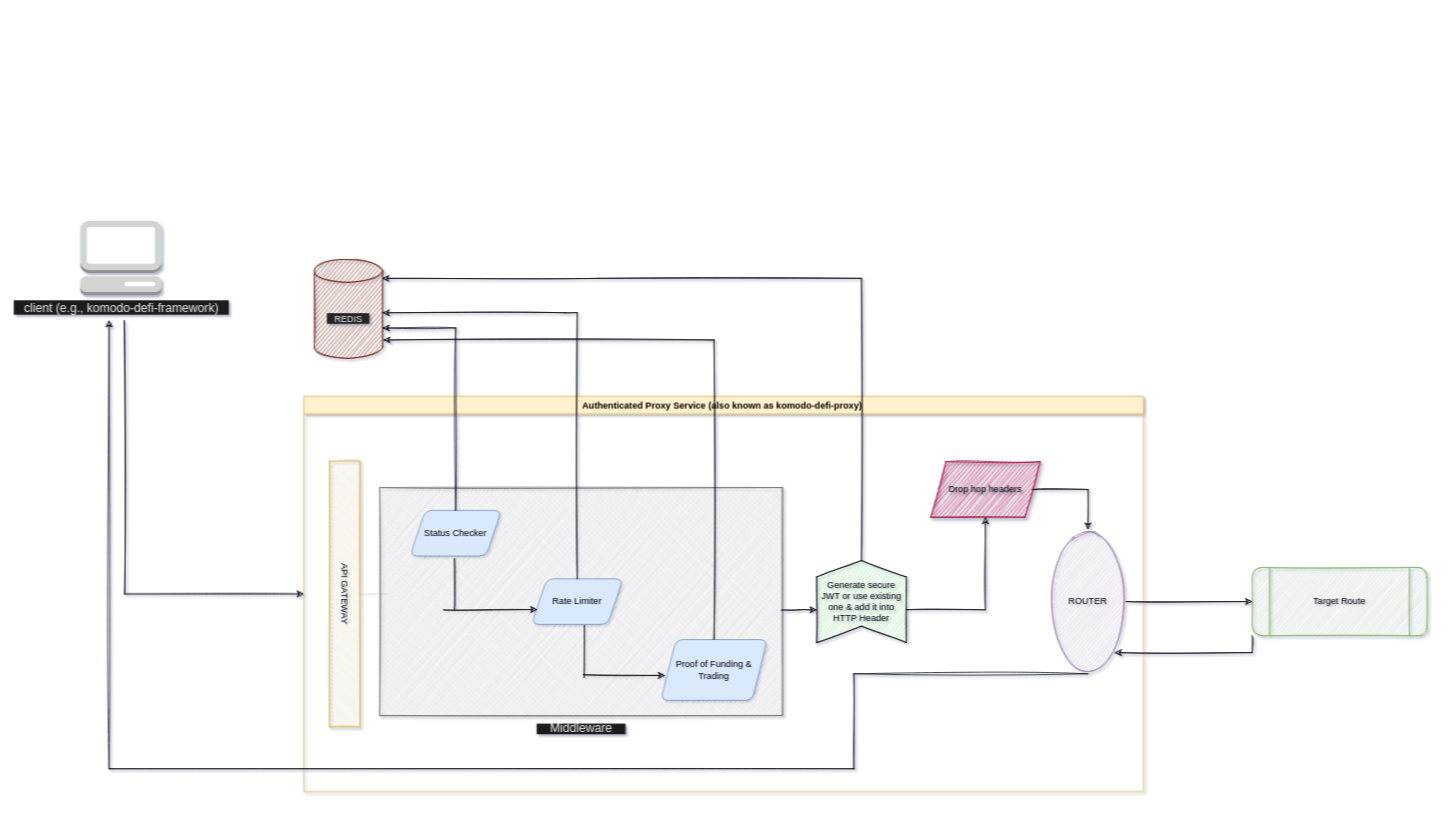
The draw.io diagram docs/arch.drawio in KomodoPlatform/komodo-defi-proxy, before the edit. Source tidied: cells renumbered, new cells numbered last; positions are measured from the earlier drawing's top-left corner, leaving out a move shared by most shapes. Both pictures are drawn from the tidied source at 76%, with x=0, y=0 at pixel (80, 220).
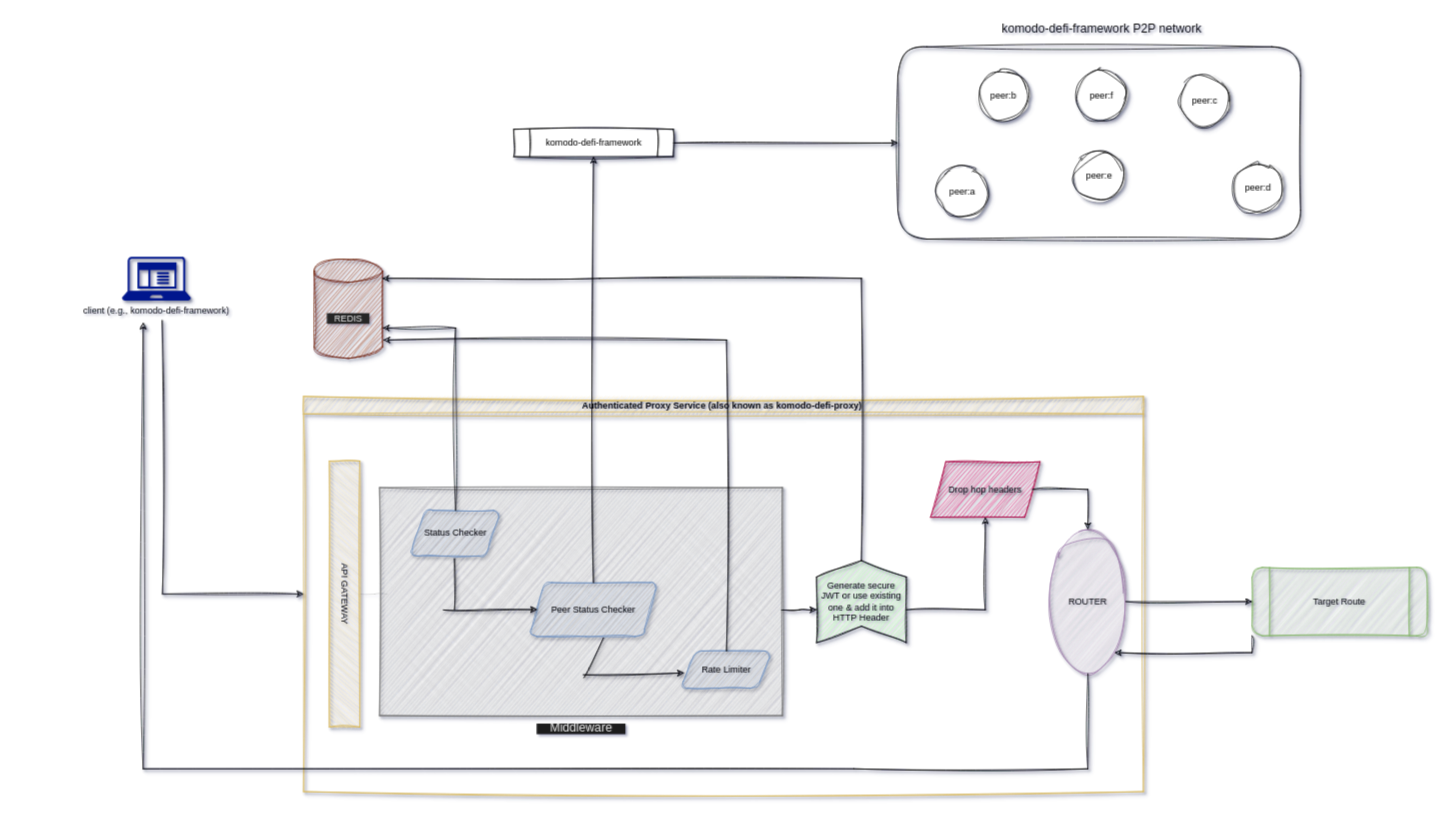
The same page after the edit.

Diff of the diagram source:
```diff
@@
-    <mxCell id="2" style="edgeStyle=orthogonalEdgeStyle;rounded=0;jettySize=auto;html=1;exitX=0;exitY=0.5;exitDx=0;exitDy=0;strokeWidth=1;startArrow=classic;startFill=1;endArrow=none;endFill=0;sketch=1;" parent="1" edge="1" source="3">
+    <mxCell id="2" style="edgeStyle=orthogonalEdgeStyle;rounded=0;jettySize=auto;html=1;exitX=0;exitY=0.5;exitDx=0;exitDy=0;strokeWidth=1;startArrow=classic;startFill=1;endArrow=none;endFill=0;shadow=1;sketch=1;curveFitting=1;jiggle=2;swimlaneLine=1;" parent="1" edge="1" source="3">
       <mxGeometry relative="1" as="geometry">
-        <mxPoint x="58" y="131" as="targetPoint" />
+        <mxPoint x="108" y="131" as="targetPoint" />
       </mxGeometry>
     </mxCell>
-    <mxCell id="3" value="Authenticated Proxy Service (also known as komodo-defi-proxy) " style="swimlane;rounded=0;shadow=0;sketch=0;glass=0;swimlaneLine=1;labelBackgroundColor=none;fixDash=0;portConstraintRotation=0;fillColor=#fff2cc;strokeColor=#d6b656;gradientColor=none;swimlaneFillColor=none;" parent="1" vertex="1">
+    <mxCell id="3" value="Authenticated Proxy Service (also known as komodo-defi-proxy) " style="swimlane;rounded=0;shadow=1;glass=0;swimlaneLine=1;labelBackgroundColor=none;fixDash=0;portConstraintRotation=0;fillColor=#fff2cc;strokeColor=#d6b656;gradientColor=none;swimlaneFillColor=none;sketch=1;curveFitting=1;jiggle=2;" parent="1" vertex="1">
       <mxGeometry x="294" y="231" width="1105" height="520" as="geometry" />
     </mxCell>
-    <mxCell id="4" style="edgeStyle=orthogonalEdgeStyle;rounded=0;jettySize=auto;html=1;startArrow=none;startFill=0;endArrow=none;endFill=0;strokeWidth=0;sketch=1;entryX=0.019;entryY=0.467;entryDx=0;entryDy=0;entryPerimeter=0;" parent="3" edge="1" source="5" target="6">
+    <mxCell id="4" style="edgeStyle=orthogonalEdgeStyle;rounded=0;jettySize=auto;html=1;startArrow=none;startFill=0;endArrow=none;endFill=0;strokeWidth=0;entryX=0.019;entryY=0.467;entryDx=0;entryDy=0;entryPerimeter=0;shadow=1;sketch=1;curveFitting=1;jiggle=2;swimlaneLine=1;" parent="3" edge="1" source="5" target="6">
       <mxGeometry relative="1" as="geometry" />
     </mxCell>
-    <mxCell id="5" value="API GATEWAY" style="rounded=0;whiteSpace=wrap;html=1;shadow=0;glass=0;sketch=1;strokeWidth=1;rotation=90;fillColor=#fff2cc;strokeColor=#d6b656;" parent="3" vertex="1">
+    <mxCell id="5" value="API GATEWAY" style="rounded=0;whiteSpace=wrap;html=1;shadow=1;glass=0;strokeWidth=1;rotation=90;fillColor=#fff2cc;strokeColor=#d6b656;sketch=1;curveFitting=1;jiggle=2;swimlaneLine=1;" parent="3" vertex="1">
       <mxGeometry x="-121" y="240" width="350" height="40" as="geometry" />
     </mxCell>
-    <mxCell id="6" value="&lt;span style=&quot;background-color: rgb(31, 31, 31);&quot;&gt;&lt;font style=&quot;font-size: 16px;&quot; color=&quot;#f2f2f2&quot;&gt;&amp;nbsp; &amp;nbsp; Middleware&amp;nbsp; &amp;nbsp;&amp;nbsp;&lt;/font&gt;&lt;/span&gt;" style="verticalLabelPosition=bottom;verticalAlign=top;html=1;shape=mxgraph.basic.patternFillRect;fillStyle=diagGrid;step=5;fillStrokeWidth=0.2;fillStrokeColor=#dddddd;rounded=1;shadow=0;glass=0;sketch=1;strokeWidth=1;fillColor=#f5f5f5;fontColor=#333333;strokeColor=#666666;" parent="3" vertex="1">
+    <mxCell id="6" value="&lt;span style=&quot;background-color: rgb(31, 31, 31);&quot;&gt;&lt;font style=&quot;font-size: 16px;&quot; color=&quot;#f2f2f2&quot;&gt;&amp;nbsp; &amp;nbsp; Middleware&amp;nbsp; &amp;nbsp;&amp;nbsp;&lt;/font&gt;&lt;/span&gt;" style="verticalLabelPosition=bottom;verticalAlign=top;html=1;shape=mxgraph.basic.patternFillRect;fillStyle=diagGrid;step=5;fillStrokeWidth=0.2;fillStrokeColor=#dddddd;rounded=1;shadow=1;glass=0;strokeWidth=1;fillColor=#f5f5f5;fontColor=#333333;strokeColor=#666666;sketch=1;curveFitting=1;jiggle=2;swimlaneLine=1;" parent="3" vertex="1">
       <mxGeometry x="100" y="120" width="530" height="300" as="geometry" />
     </mxCell>
-    <mxCell id="7" value="Status Checker" style="shape=parallelogram;perimeter=parallelogramPerimeter;whiteSpace=wrap;html=1;fixedSize=1;rounded=1;shadow=0;glass=0;sketch=0;strokeWidth=1;fillColor=#dae8fc;strokeColor=#6c8ebf;" parent="3" vertex="1">
+    <mxCell id="7" value="Status Checker" style="shape=parallelogram;perimeter=parallelogramPerimeter;whiteSpace=wrap;html=1;fixedSize=1;rounded=1;shadow=1;glass=0;strokeWidth=1;fillColor=#dae8fc;strokeColor=#6c8ebf;sketch=1;curveFitting=1;jiggle=2;swimlaneLine=1;" parent="3" vertex="1">
       <mxGeometry x="140" y="150" width="120" height="60" as="geometry" />
     </mxCell>
-    <mxCell id="8" value="Rate Limiter" style="shape=parallelogram;perimeter=parallelogramPerimeter;whiteSpace=wrap;html=1;fixedSize=1;rounded=1;shadow=0;glass=0;sketch=0;strokeWidth=1;fillColor=#dae8fc;strokeColor=#6c8ebf;" parent="3" vertex="1">
-      <mxGeometry x="300" y="240" width="120" height="60" as="geometry" />
+    <mxCell id="8" value="Peer Status Checker" style="shape=parallelogram;perimeter=parallelogramPerimeter;whiteSpace=wrap;html=1;fixedSize=1;rounded=1;shadow=1;glass=0;strokeWidth=1;fillColor=#dae8fc;strokeColor=#6c8ebf;sketch=1;curveFitting=1;jiggle=2;swimlaneLine=1;" parent="3" vertex="1">
+      <mxGeometry x="297" y="245" width="169" height="71" as="geometry" />
     </mxCell>
-    <mxCell id="9" value="Proof of Funding &amp;amp; Trading" style="shape=parallelogram;perimeter=parallelogramPerimeter;whiteSpace=wrap;html=1;fixedSize=1;rounded=1;shadow=0;glass=0;sketch=0;strokeWidth=1;fillColor=#dae8fc;strokeColor=#6c8ebf;" parent="3" vertex="1">
-      <mxGeometry x="470" y="320" width="140" height="80" as="geometry" />
+    <mxCell id="9" value="Rate Limiter" style="shape=parallelogram;perimeter=parallelogramPerimeter;whiteSpace=wrap;html=1;fixedSize=1;rounded=1;shadow=1;glass=0;strokeWidth=1;fillColor=#dae8fc;strokeColor=#6c8ebf;sketch=1;curveFitting=1;jiggle=2;swimlaneLine=1;" parent="3" vertex="1">
+      <mxGeometry x="496" y="335" width="121" height="49" as="geometry" />
     </mxCell>
-    <mxCell id="10" style="endArrow=none;html=1;rounded=0;entryX=0.186;entryY=0.312;entryDx=0;entryDy=0;entryPerimeter=0;exitX=0.186;exitY=0.535;exitDx=0;exitDy=0;exitPerimeter=0;sketch=1;" parent="3" edge="1" source="6" target="6">
+    <mxCell id="10" style="endArrow=none;html=1;rounded=0;entryX=0.186;entryY=0.312;entryDx=0;entryDy=0;entryPerimeter=0;exitX=0.186;exitY=0.535;exitDx=0;exitDy=0;exitPerimeter=0;shadow=1;sketch=1;curveFitting=1;jiggle=2;swimlaneLine=1;" parent="3" edge="1" source="6" target="6">
       <mxGeometry relative="1" as="geometry" />
     </mxCell>
-    <mxCell id="11" style="endArrow=none;html=1;rounded=0;strokeWidth=1;entryX=0.578;entryY=1.025;entryDx=0;entryDy=0;entryPerimeter=0;sketch=1;" parent="3" edge="1" target="8">
+    <mxCell id="11" style="endArrow=none;html=1;rounded=0;strokeWidth=1;entryX=0.578;entryY=1.025;entryDx=0;entryDy=0;entryPerimeter=0;shadow=1;sketch=1;curveFitting=1;jiggle=2;swimlaneLine=1;" parent="3" edge="1" target="8">
       <mxGeometry relative="1" as="geometry">
         <mxPoint x="369" y="370" as="sourcePoint" />
       </mxGeometry>
     </mxCell>
-    <mxCell id="12" style="endArrow=classic;html=1;rounded=0;strokeWidth=1;exitX=0.506;exitY=0.821;exitDx=0;exitDy=0;exitPerimeter=0;sketch=1;entryX=0.038;entryY=0.59;entryDx=0;entryDy=0;entryPerimeter=0;" parent="3" edge="1" source="6" target="9">
+    <mxCell id="12" style="endArrow=classic;html=1;rounded=0;strokeWidth=1;exitX=0.506;exitY=0.821;exitDx=0;exitDy=0;exitPerimeter=0;entryX=0.038;entryY=0.59;entryDx=0;entryDy=0;entryPerimeter=0;shadow=1;sketch=1;curveFitting=1;jiggle=2;swimlaneLine=1;" parent="3" edge="1" source="6" target="9">
       <mxGeometry relative="1" as="geometry" />
     </mxCell>
-    <mxCell id="13" value="ROUTER" style="ellipse;whiteSpace=wrap;html=1;rounded=1;shadow=0;glass=0;sketch=1;strokeWidth=1;fillColor=#e1d5e7;strokeColor=#9673a6;" parent="3" vertex="1">
+    <mxCell id="13" value="ROUTER" style="ellipse;whiteSpace=wrap;html=1;rounded=1;shadow=1;glass=0;strokeWidth=1;fillColor=#e1d5e7;strokeColor=#9673a6;sketch=1;curveFitting=1;jiggle=2;swimlaneLine=1;" parent="3" vertex="1">
       <mxGeometry x="982" y="175" width="100" height="190" as="geometry" />
     </mxCell>
-    <mxCell id="14" style="edgeStyle=orthogonalEdgeStyle;rounded=0;jettySize=auto;html=1;exitX=1;exitY=0.6;exitDx=0;exitDy=0;exitPerimeter=0;entryX=0.5;entryY=1;entryDx=0;entryDy=0;sketch=1;" parent="3" edge="1" source="16" target="17">
+    <mxCell id="14" style="edgeStyle=orthogonalEdgeStyle;rounded=0;jettySize=auto;html=1;exitX=1;exitY=0.6;exitDx=0;exitDy=0;exitPerimeter=0;entryX=0.5;entryY=1;entryDx=0;entryDy=0;shadow=1;sketch=1;curveFitting=1;jiggle=2;swimlaneLine=1;" parent="3" edge="1" source="16" target="17">
       <mxGeometry relative="1" as="geometry" />
     </mxCell>
-    <mxCell id="15" style="edgeStyle=orthogonalEdgeStyle;rounded=0;jettySize=auto;html=1;exitX=0;exitY=0.6;exitDx=0;exitDy=0;exitPerimeter=0;entryX=0.998;entryY=0.537;entryDx=0;entryDy=0;entryPerimeter=0;endArrow=none;endFill=0;startArrow=classic;startFill=1;sketch=1;" parent="3" edge="1" source="16" target="6">
+    <mxCell id="15" style="edgeStyle=orthogonalEdgeStyle;rounded=0;jettySize=auto;html=1;exitX=0;exitY=0.6;exitDx=0;exitDy=0;exitPerimeter=0;entryX=0.998;entryY=0.537;entryDx=0;entryDy=0;entryPerimeter=0;endArrow=none;endFill=0;startArrow=classic;startFill=1;shadow=1;sketch=1;curveFitting=1;jiggle=2;swimlaneLine=1;" parent="3" edge="1" source="16" target="6">
       <mxGeometry relative="1" as="geometry" />
     </mxCell>
-    <mxCell id="16" value="&lt;span style=&quot;&quot;&gt;Generate secure JWT or use existing one &amp;amp; add it into HTTP Header&lt;/span&gt;" style="html=1;outlineConnect=0;whiteSpace=wrap;fillColor=#AFFFAF;shape=mxgraph.archimate3.function;sketch=1;" parent="3" vertex="1">
+    <mxCell id="16" value="&lt;span style=&quot;&quot;&gt;Generate secure JWT or use existing one &amp;amp; add it into HTTP Header&lt;/span&gt;" style="html=1;outlineConnect=0;whiteSpace=wrap;fillColor=#AFFFAF;shape=mxgraph.archimate3.function;shadow=1;sketch=1;curveFitting=1;jiggle=2;swimlaneLine=1;" parent="3" vertex="1">
       <mxGeometry x="675" y="216" width="118" height="108" as="geometry" />
     </mxCell>
-    <mxCell id="17" value="Drop hop headers" style="shape=parallelogram;perimeter=parallelogramPerimeter;whiteSpace=wrap;html=1;fixedSize=1;rounded=0;shadow=1;glass=0;sketch=1;strokeWidth=1;fillColor=#d80073;strokeColor=#A50040;curveFitting=1;jiggle=2;textShadow=1;fontStyle=0;fontColor=#000000;" parent="3" vertex="1">
+    <mxCell id="17" value="Drop hop headers" style="shape=parallelogram;perimeter=parallelogramPerimeter;whiteSpace=wrap;html=1;fixedSize=1;rounded=0;shadow=1;glass=0;strokeWidth=1;fillColor=#d80073;strokeColor=#A50040;textShadow=1;fontStyle=0;fontColor=#000000;sketch=1;curveFitting=1;jiggle=2;swimlaneLine=1;" parent="3" vertex="1">
       <mxGeometry x="825" y="86" width="144" height="73" as="geometry" />
     </mxCell>
-    <mxCell id="18" style="edgeStyle=orthogonalEdgeStyle;rounded=0;jettySize=auto;html=1;exitX=1;exitY=0.5;exitDx=0;exitDy=0;entryX=0.5;entryY=0;entryDx=0;entryDy=0;sketch=1;" parent="3" edge="1" source="17" target="13">
+    <mxCell id="18" style="edgeStyle=orthogonalEdgeStyle;rounded=0;jettySize=auto;html=1;exitX=1;exitY=0.5;exitDx=0;exitDy=0;entryX=0.5;entryY=0;entryDx=0;entryDy=0;shadow=1;sketch=1;curveFitting=1;jiggle=2;swimlaneLine=1;" parent="3" edge="1" source="17" target="13">
       <mxGeometry relative="1" as="geometry" />
     </mxCell>
-    <mxCell id="19" style="endArrow=classic;html=1;rounded=0;strokeWidth=1;entryX=0.391;entryY=0.535;entryDx=0;entryDy=0;entryPerimeter=0;sketch=1;" parent="1" edge="1" target="6">
+    <mxCell id="19" style="endArrow=classic;html=1;rounded=0;strokeWidth=1;entryX=0.391;entryY=0.535;entryDx=0;entryDy=0;entryPerimeter=0;shadow=1;sketch=1;curveFitting=1;jiggle=2;swimlaneLine=1;" parent="1" edge="1" target="6">
       <mxGeometry relative="1" as="geometry">
         <mxPoint x="478" y="512" as="sourcePoint" />
       </mxGeometry>
     </mxCell>
-    <mxCell id="20" style="edgeStyle=orthogonalEdgeStyle;rounded=0;jettySize=auto;html=1;exitX=0;exitY=1;exitDx=0;exitDy=0;entryX=1;entryY=1;entryDx=0;entryDy=0;startArrow=none;startFill=0;endArrow=classic;endFill=1;strokeWidth=1;sketch=1;" parent="1" edge="1" source="21" target="13">
+    <mxCell id="20" style="edgeStyle=orthogonalEdgeStyle;rounded=0;jettySize=auto;html=1;exitX=0;exitY=1;exitDx=0;exitDy=0;entryX=1;entryY=1;entryDx=0;entryDy=0;startArrow=none;startFill=0;endArrow=classic;endFill=1;strokeWidth=1;shadow=1;sketch=1;curveFitting=1;jiggle=2;swimlaneLine=1;" parent="1" edge="1" source="21" target="13">
       <mxGeometry relative="1" as="geometry" />
     </mxCell>
-    <mxCell id="21" value="Target Route" style="shape=process;whiteSpace=wrap;html=1;backgroundOutline=1;rounded=1;shadow=0;glass=0;sketch=1;strokeWidth=1;fillColor=#d5e8d4;strokeColor=#82b366;" parent="1" vertex="1">
+    <mxCell id="21" value="Target Route" style="shape=process;whiteSpace=wrap;html=1;backgroundOutline=1;rounded=1;shadow=1;glass=0;strokeWidth=1;fillColor=#d5e8d4;strokeColor=#82b366;sketch=1;curveFitting=1;jiggle=2;swimlaneLine=1;" parent="1" vertex="1">
       <mxGeometry x="1542" y="456" width="230" height="90" as="geometry" />
     </mxCell>
-    <mxCell id="22" style="edgeStyle=orthogonalEdgeStyle;rounded=0;jettySize=auto;html=1;strokeWidth=1;sketch=1;" parent="1" edge="1" source="13" target="21">
+    <mxCell id="22" style="edgeStyle=orthogonalEdgeStyle;rounded=0;jettySize=auto;html=1;strokeWidth=1;shadow=1;sketch=1;curveFitting=1;jiggle=2;swimlaneLine=1;" parent="1" edge="1" source="13" target="21">
       <mxGeometry relative="1" as="geometry" />
     </mxCell>
-    <mxCell id="23" value="&lt;font color=&quot;#f2f2f2&quot; style=&quot;background-color: rgb(38, 38, 38);&quot;&gt;&amp;nbsp; &amp;nbsp;REDIS&amp;nbsp; &amp;nbsp;&lt;/font&gt;" style="shape=cylinder3;whiteSpace=wrap;html=1;boundedLbl=1;backgroundOutline=1;size=15;rounded=1;shadow=0;glass=0;sketch=1;strokeWidth=1;fillColor=#a0522d;strokeColor=#6D1F00;fontColor=#ffffff;labelBackgroundColor=none;" parent="1" vertex="1">
+    <mxCell id="23" value="&lt;font color=&quot;#f2f2f2&quot; style=&quot;background-color: rgb(38, 38, 38);&quot;&gt;&amp;nbsp; &amp;nbsp;REDIS&amp;nbsp; &amp;nbsp;&lt;/font&gt;" style="shape=cylinder3;whiteSpace=wrap;html=1;boundedLbl=1;backgroundOutline=1;size=15;rounded=1;shadow=1;glass=0;strokeWidth=1;fillColor=#a0522d;strokeColor=#6D1F00;fontColor=#ffffff;labelBackgroundColor=none;sketch=1;curveFitting=1;jiggle=2;swimlaneLine=1;" parent="1" vertex="1">
       <mxGeometry x="308" y="51" width="90" height="130" as="geometry" />
     </mxCell>
-    <mxCell id="24" style="edgeStyle=orthogonalEdgeStyle;rounded=0;jettySize=auto;html=1;exitX=0.5;exitY=0;exitDx=0;exitDy=0;strokeWidth=1;sketch=1;" parent="1" edge="1" source="8">
-      <mxGeometry relative="1" as="geometry">
-        <mxPoint x="398" y="121" as="targetPoint" />
-        <Array as="points">
-          <mxPoint x="638" y="121" />
-          <mxPoint x="398" y="121" />
-        </Array>
-      </mxGeometry>
-    </mxCell>
-    <mxCell id="25" style="edgeStyle=orthogonalEdgeStyle;rounded=0;jettySize=auto;html=1;exitX=0.5;exitY=0;exitDx=0;exitDy=0;entryX=1;entryY=0;entryDx=0;entryDy=90;entryPerimeter=0;strokeWidth=1;sketch=1;" parent="1" edge="1" source="7" target="23">
+    <mxCell id="25" style="edgeStyle=orthogonalEdgeStyle;rounded=0;jettySize=auto;html=1;exitX=0.5;exitY=0;exitDx=0;exitDy=0;entryX=1;entryY=0;entryDx=0;entryDy=90;entryPerimeter=0;strokeWidth=1;shadow=1;sketch=1;curveFitting=1;jiggle=2;swimlaneLine=1;" parent="1" edge="1" source="7" target="23">
       <mxGeometry relative="1" as="geometry" />
     </mxCell>
-    <mxCell id="26" style="edgeStyle=orthogonalEdgeStyle;rounded=0;jettySize=auto;html=1;exitX=0.5;exitY=0;exitDx=0;exitDy=0;entryX=1.011;entryY=0.814;entryDx=0;entryDy=0;entryPerimeter=0;strokeWidth=1;sketch=1;" parent="1" edge="1" source="9" target="23">
+    <mxCell id="26" style="edgeStyle=orthogonalEdgeStyle;rounded=0;jettySize=auto;html=1;exitX=0.5;exitY=0;exitDx=0;exitDy=0;entryX=1.011;entryY=0.814;entryDx=0;entryDy=0;entryPerimeter=0;strokeWidth=1;shadow=1;sketch=1;curveFitting=1;jiggle=2;swimlaneLine=1;" parent="1" edge="1" source="9" target="23">
       <mxGeometry relative="1" as="geometry" />
     </mxCell>
-    <mxCell id="27" style="edgeStyle=orthogonalEdgeStyle;rounded=0;jettySize=auto;html=1;exitX=0.5;exitY=1;exitDx=0;exitDy=0;strokeWidth=1;sketch=1;" parent="1" edge="1" source="13">
+    <mxCell id="27" style="edgeStyle=orthogonalEdgeStyle;rounded=0;jettySize=auto;html=1;exitX=0.5;exitY=1;exitDx=0;exitDy=0;strokeWidth=1;shadow=1;sketch=1;curveFitting=1;jiggle=2;swimlaneLine=1;" parent="1" edge="1" source="13">
       <mxGeometry relative="1" as="geometry">
-        <mxPoint x="38" y="131" as="targetPoint" />
+        <mxPoint x="83" y="134" as="targetPoint" />
         <Array as="points">
           <mxPoint x="1018" y="721" />
           <mxPoint x="38" y="721" />
         </Array>
       </mxGeometry>
     </mxCell>
-    <mxCell id="28" value="&amp;nbsp; &amp;nbsp;client (e.g., komodo-defi-framework)&amp;nbsp; &amp;nbsp;" style="dashed=0;verticalLabelPosition=bottom;verticalAlign=top;align=center;html=1;shape=mxgraph.aws3.management_console;fillColor=#D2D3D3;gradientColor=none;rounded=0;shadow=0;glass=0;labelBackgroundColor=#1F1F1F;sketch=0;fontSize=16;fontColor=#F2F2F2;strokeWidth=1;" parent="1" vertex="1">
-      <mxGeometry width="107" height="98" as="geometry" />
-    </mxCell>
-    <mxCell id="29" style="edgeStyle=orthogonalEdgeStyle;rounded=0;jettySize=auto;html=1;exitX=0.5;exitY=0;exitDx=0;exitDy=0;exitPerimeter=0;entryX=0.994;entryY=0.19;entryDx=0;entryDy=0;entryPerimeter=0;sketch=1;" parent="1" edge="1" source="16" target="23">
+    <mxCell id="29" style="edgeStyle=orthogonalEdgeStyle;rounded=0;jettySize=auto;html=1;exitX=0.5;exitY=0;exitDx=0;exitDy=0;exitPerimeter=0;entryX=0.994;entryY=0.19;entryDx=0;entryDy=0;entryPerimeter=0;shadow=1;sketch=1;curveFitting=1;jiggle=2;swimlaneLine=1;" parent="1" edge="1" source="16" target="23">
       <mxGeometry relative="1" as="geometry" />
     </mxCell>
+    <mxCell id="30" value="peer:a" style="ellipse;whiteSpace=wrap;html=1;shadow=1;sketch=1;curveFitting=1;jiggle=2;swimlaneLine=1;" parent="1" vertex="1">
+      <mxGeometry x="1128" y="-71" width="66" height="66" as="geometry" />
+    </mxCell>
+    <mxCell id="31" value="peer:c" style="ellipse;whiteSpace=wrap;html=1;shadow=1;sketch=1;curveFitting=1;jiggle=2;swimlaneLine=1;" parent="1" vertex="1">
+      <mxGeometry x="1447" y="-191" width="66" height="66" as="geometry" />
+    </mxCell>
+    <mxCell id="32" value="peer:b" style="ellipse;whiteSpace=wrap;html=1;shadow=1;sketch=1;curveFitting=1;jiggle=2;swimlaneLine=1;" parent="1" vertex="1">
+      <mxGeometry x="1182" y="-198" width="66" height="66" as="geometry" />
+    </mxCell>
+    <mxCell id="33" value="peer:d" style="ellipse;whiteSpace=wrap;html=1;shadow=1;sketch=1;curveFitting=1;jiggle=2;swimlaneLine=1;" parent="1" vertex="1">
+      <mxGeometry x="1517" y="-76" width="66" height="66" as="geometry" />
+    </mxCell>
+    <mxCell id="34" value="peer:e" style="ellipse;whiteSpace=wrap;html=1;shadow=1;sketch=1;curveFitting=1;jiggle=2;swimlaneLine=1;" parent="1" vertex="1">
+      <mxGeometry x="1308" y="-92" width="66" height="66" as="geometry" />
+    </mxCell>
+    <mxCell id="35" value="peer:f" style="ellipse;whiteSpace=wrap;html=1;shadow=1;sketch=1;curveFitting=1;jiggle=2;swimlaneLine=1;" parent="1" vertex="1">
+      <mxGeometry x="1311" y="-198" width="66" height="66" as="geometry" />
+    </mxCell>
+    <mxCell id="36" style="rounded=1;whiteSpace=wrap;html=1;fillColor=none;shadow=1;sketch=1;curveFitting=1;jiggle=2;swimlaneLine=1;" parent="1" vertex="1">
+      <mxGeometry x="1076" y="-229" width="530" height="253" as="geometry" />
+    </mxCell>
+    <mxCell id="37" style="edgeStyle=orthogonalEdgeStyle;rounded=0;jettySize=auto;html=1;entryX=0;entryY=0.5;entryDx=0;entryDy=0;shadow=1;sketch=1;curveFitting=1;jiggle=2;swimlaneLine=1;" parent="1" edge="1" source="39" target="36">
+      <mxGeometry relative="1" as="geometry">
+        <Array as="points">
+          <mxPoint x="685" y="-102" />
+        </Array>
+      </mxGeometry>
+    </mxCell>
+    <mxCell id="38" value="komodo-defi-framework P2P network" style="text;html=1;align=center;verticalAlign=middle;strokeColor=none;fillColor=none;shadow=1;strokeWidth=1;fontSize=16;sketch=1;curveFitting=1;jiggle=2;swimlaneLine=1;" parent="1" vertex="1">
+      <mxGeometry x="1186.5" y="-269" width="315" height="31" as="geometry" />
+    </mxCell>
+    <mxCell id="39" value="komodo-defi-framework" style="shape=process;whiteSpace=wrap;html=1;backgroundOutline=1;shadow=1;sketch=1;curveFitting=1;jiggle=2;swimlaneLine=1;" parent="1" vertex="1">
+      <mxGeometry x="570.5" y="-120.5" width="210" height="36" as="geometry" />
+    </mxCell>
+    <mxCell id="40" style="edgeStyle=orthogonalEdgeStyle;rounded=0;jettySize=auto;html=1;shadow=1;sketch=1;curveFitting=1;jiggle=2;swimlaneLine=1;" parent="1" edge="1" source="8" target="39">
+      <mxGeometry relative="1" as="geometry" />
+    </mxCell>
+    <mxCell id="41" value="client (e.g., komodo-defi-framework&lt;span style=&quot;background-color: initial;&quot;&gt;)&lt;/span&gt;" style="shadow=1;dashed=0;html=1;strokeColor=none;labelPosition=center;verticalLabelPosition=bottom;verticalAlign=top;align=center;fillColor=#00188D;shape=mxgraph.mscae.enterprise.client_application;" parent="1" vertex="1">
+      <mxGeometry x="55" y="47" width="90.6" height="58" as="geometry" />
+    </mxCell>
```
